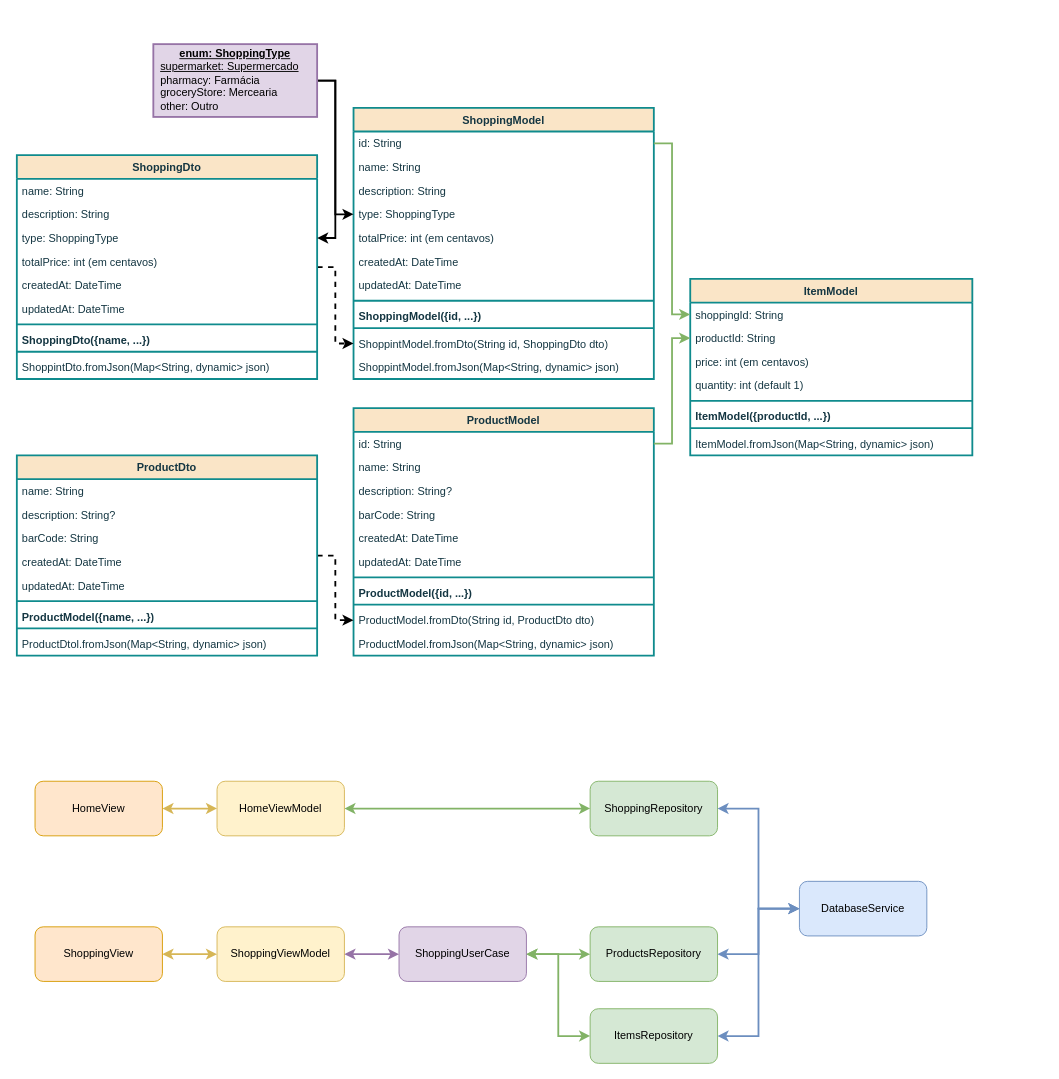
Before: docs/Diagrama_de_Classes.drawio in rudsonalves/compras, a draw.io diagram. Source tidied: cells renumbered, new cells numbered last; positions are measured from the earlier drawing's top-left corner, leaving out a move shared by most shapes. Both pictures are drawn from the tidied source at 91%, with x=0, y=0 at pixel (16, 44).
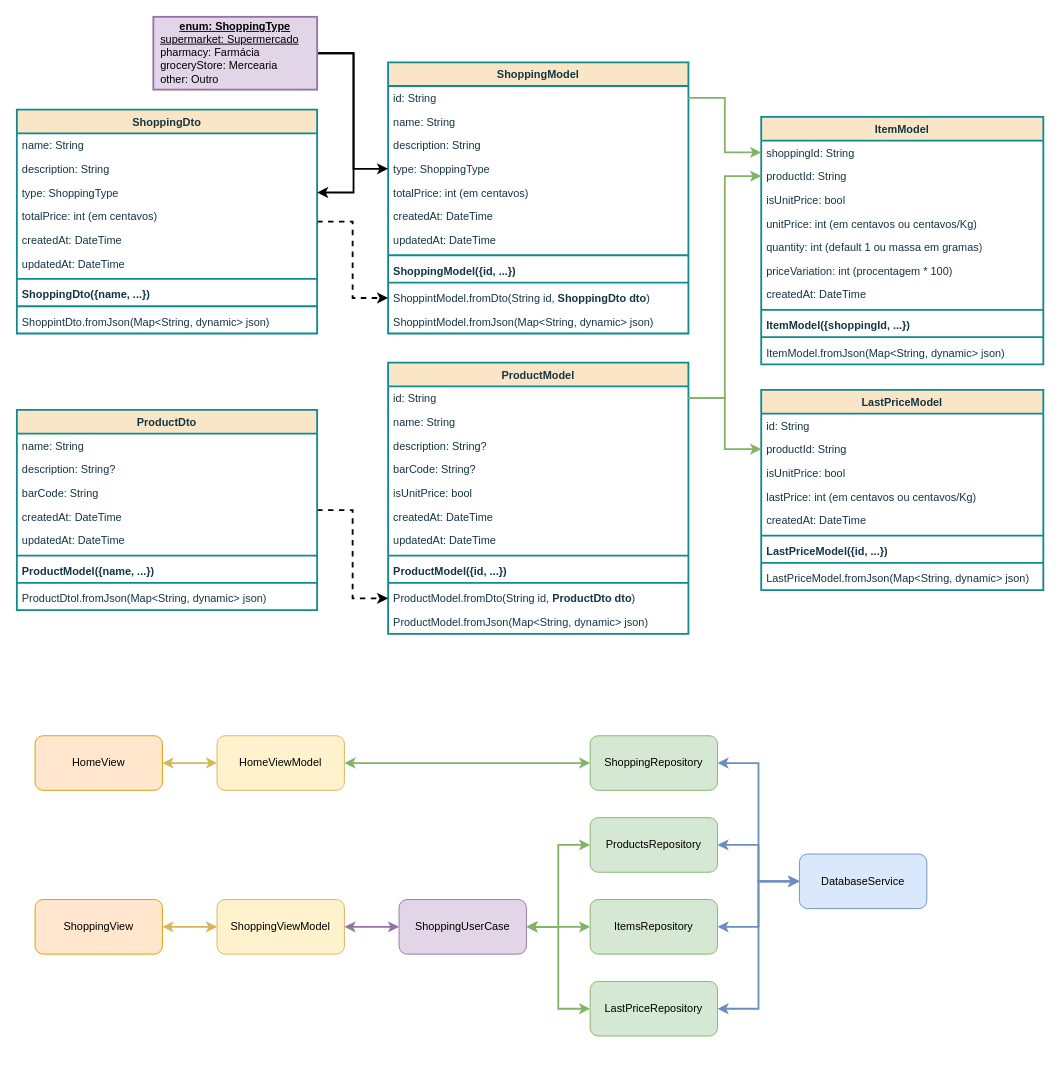
Above is the later version.

Unchanged cells that the change refers to:
```xml
<mxCell id="6" value="type: ShoppingType" style="text;strokeColor=none;fillColor=none;align=left;verticalAlign=top;spacingLeft=4;spacingRight=4;overflow=hidden;points=[[0,0.5],[1,0.5]];portConstraint=eastwest;whiteSpace=wrap;html=1;labelBackgroundColor=none;fontColor=#143642;" parent="2" vertex="1">
  <mxGeometry y="104" width="330" height="26" as="geometry" />
</mxCell>
<mxCell id="16" value="id: String" style="text;strokeColor=none;fillColor=none;align=left;verticalAlign=top;spacingLeft=4;spacingRight=4;overflow=hidden;points=[[0,0.5],[1,0.5]];portConstraint=eastwest;whiteSpace=wrap;html=1;labelBackgroundColor=none;fontColor=#143642;" parent="15" vertex="1">
  <mxGeometry y="26" width="330" height="26" as="geometry" />
</mxCell>
<mxCell id="38" value="type: ShoppingType" style="text;strokeColor=none;fillColor=none;align=left;verticalAlign=top;spacingLeft=4;spacingRight=4;overflow=hidden;points=[[0,0.5],[1,0.5]];portConstraint=eastwest;whiteSpace=wrap;html=1;labelBackgroundColor=none;fontColor=#143642;" parent="35" vertex="1">
  <mxGeometry y="78" width="330" height="26" as="geometry" />
</mxCell>
```

The edit, as a diff of the source:
```diff
@@
     <mxCell id="2" value="ShoppingModel" style="swimlane;fontStyle=1;align=center;verticalAlign=top;horizontal=1;startSize=26;whiteSpace=wrap;html=1;labelBackgroundColor=none;fillColor=#FAE5C7;strokeColor=#0F8B8D;fontColor=#143642;strokeWidth=2;" parent="1" vertex="1">
-      <mxGeometry x="370" y="70" width="330" height="298" as="geometry" />
+      <mxGeometry x="408" y="20" width="330" height="298" as="geometry" />
     </mxCell>
@@
-    <mxCell id="13" value="ShoppintModel.fromDto(String id, ShoppingDto dto)" style="text;strokeColor=none;fillColor=none;align=left;verticalAlign=top;spacingLeft=4;spacingRight=4;overflow=hidden;points=[[0,0.5],[1,0.5]];portConstraint=eastwest;whiteSpace=wrap;html=1;labelBackgroundColor=none;fontColor=#143642;" parent="2" vertex="1">
+    <mxCell id="13" value="ShoppintModel.fromDto(String id, &lt;b&gt;ShoppingDto dto&lt;/b&gt;)" style="text;strokeColor=none;fillColor=none;align=left;verticalAlign=top;spacingLeft=4;spacingRight=4;overflow=hidden;points=[[0,0.5],[1,0.5]];portConstraint=eastwest;whiteSpace=wrap;html=1;labelBackgroundColor=none;fontColor=#143642;" parent="2" vertex="1">
       <mxGeometry y="246" width="330" height="26" as="geometry" />
     </mxCell>
@@
     <mxCell id="15" value="ProductModel" style="swimlane;fontStyle=1;align=center;verticalAlign=top;horizontal=1;startSize=26;whiteSpace=wrap;html=1;labelBackgroundColor=none;fillColor=#FAE5C7;strokeColor=#0F8B8D;fontColor=#143642;strokeWidth=2;" parent="1" vertex="1">
-      <mxGeometry x="370" y="400" width="330" height="272" as="geometry" />
+      <mxGeometry x="408" y="350" width="330" height="298" as="geometry" />
     </mxCell>
@@
-    <mxCell id="19" value="barCode: String" style="text;strokeColor=none;fillColor=none;align=left;verticalAlign=top;spacingLeft=4;spacingRight=4;overflow=hidden;whiteSpace=wrap;html=1;labelBackgroundColor=none;fontColor=#143642;" parent="15" vertex="1">
+    <mxCell id="19" value="barCode: String?" style="text;strokeColor=none;fillColor=none;align=left;verticalAlign=top;spacingLeft=4;spacingRight=4;overflow=hidden;whiteSpace=wrap;html=1;labelBackgroundColor=none;fontColor=#143642;" parent="15" vertex="1">
       <mxGeometry y="104" width="330" height="26" as="geometry" />
     </mxCell>
+    <mxCell id="82" value="isUnitPrice: bool" style="text;strokeColor=none;fillColor=none;align=left;verticalAlign=top;spacingLeft=4;spacingRight=4;overflow=hidden;whiteSpace=wrap;html=1;labelBackgroundColor=none;fontColor=#143642;" parent="15" vertex="1">
+      <mxGeometry y="130" width="330" height="26" as="geometry" />
+    </mxCell>
     <mxCell id="20" value="createdAt: DateTime" style="text;strokeColor=none;fillColor=none;align=left;verticalAlign=top;spacingLeft=4;spacingRight=4;overflow=hidden;whiteSpace=wrap;html=1;labelBackgroundColor=none;fontColor=#143642;" parent="15" vertex="1">
-      <mxGeometry y="130" width="330" height="26" as="geometry" />
+      <mxGeometry y="156" width="330" height="26" as="geometry" />
     </mxCell>
     <mxCell id="21" value="updatedAt: DateTime" style="text;strokeColor=none;fillColor=none;align=left;verticalAlign=top;spacingLeft=4;spacingRight=4;overflow=hidden;whiteSpace=wrap;html=1;labelBackgroundColor=none;fontColor=#143642;" parent="15" vertex="1">
-      <mxGeometry y="156" width="330" height="26" as="geometry" />
+      <mxGeometry y="182" width="330" height="26" as="geometry" />
     </mxCell>
     <mxCell id="22" style="line;strokeWidth=2;fillColor=none;align=left;verticalAlign=middle;spacingTop=-1;spacingLeft=3;spacingRight=3;labelPosition=right;strokeColor=#0F8B8D;labelBackgroundColor=none;fontColor=#143642;" parent="15" vertex="1">
-      <mxGeometry y="182" width="330" height="8" as="geometry" />
+      <mxGeometry y="208" width="330" height="8" as="geometry" />
     </mxCell>
     <mxCell id="23" value="ProductModel({id, ...})" style="text;strokeColor=none;fillColor=none;align=left;verticalAlign=top;spacingLeft=4;spacingRight=4;overflow=hidden;whiteSpace=wrap;html=1;labelBackgroundColor=none;fontColor=#143642;fontStyle=1;" parent="15" vertex="1">
-      <mxGeometry y="190" width="330" height="22" as="geometry" />
+      <mxGeometry y="216" width="330" height="22" as="geometry" />
     </mxCell>
     <mxCell id="24" style="line;strokeWidth=2;fillColor=none;align=left;verticalAlign=middle;spacingTop=-1;spacingLeft=3;spacingRight=3;labelPosition=right;strokeColor=#0F8B8D;labelBackgroundColor=none;fontColor=#143642;" parent="15" vertex="1">
-      <mxGeometry y="212" width="330" height="8" as="geometry" />
+      <mxGeometry y="238" width="330" height="8" as="geometry" />
     </mxCell>
-    <mxCell id="25" value="ProductModel.fromDto(String id, ProductDto dto)" style="text;strokeColor=none;fillColor=none;align=left;verticalAlign=top;spacingLeft=4;spacingRight=4;overflow=hidden;points=[[0,0.5],[1,0.5]];portConstraint=eastwest;whiteSpace=wrap;html=1;labelBackgroundColor=none;fontColor=#143642;" parent="15" vertex="1">
-      <mxGeometry y="220" width="330" height="26" as="geometry" />
+    <mxCell id="25" value="ProductModel.fromDto(String id, &lt;b&gt;ProductDto dto&lt;/b&gt;)" style="text;strokeColor=none;fillColor=none;align=left;verticalAlign=top;spacingLeft=4;spacingRight=4;overflow=hidden;points=[[0,0.5],[1,0.5]];portConstraint=eastwest;whiteSpace=wrap;html=1;labelBackgroundColor=none;fontColor=#143642;" parent="15" vertex="1">
+      <mxGeometry y="246" width="330" height="26" as="geometry" />
     </mxCell>
     <mxCell id="26" value="ProductModel.fromJson(Map&amp;lt;String, dynamic&amp;gt; json)" style="text;strokeColor=none;fillColor=none;align=left;verticalAlign=top;spacingLeft=4;spacingRight=4;overflow=hidden;whiteSpace=wrap;html=1;labelBackgroundColor=none;fontColor=#143642;" parent="15" vertex="1">
-      <mxGeometry y="246" width="330" height="26" as="geometry" />
+      <mxGeometry y="272" width="330" height="26" as="geometry" />
     </mxCell>
@@
     <mxCell id="28" value="ShoppingRepository" style="rounded=1;whiteSpace=wrap;html=1;fillColor=#d5e8d4;strokeColor=#82b366;" parent="1" vertex="1">
-      <mxGeometry x="630" y="810" width="140" height="60" as="geometry" />
+      <mxGeometry x="630" y="760" width="140" height="60" as="geometry" />
     </mxCell>
@@
     <mxCell id="30" value="DatabaseService" style="rounded=1;whiteSpace=wrap;html=1;fillColor=#dae8fc;strokeColor=#6c8ebf;" parent="1" vertex="1">
-      <mxGeometry x="860" y="920" width="140" height="60" as="geometry" />
+      <mxGeometry x="860" y="890" width="140" height="60" as="geometry" />
     </mxCell>
@@
     <mxCell id="32" value="HomeViewModel" style="rounded=1;whiteSpace=wrap;html=1;fillColor=#fff2cc;strokeColor=#d6b656;" parent="1" vertex="1">
-      <mxGeometry x="220" y="810" width="140" height="60" as="geometry" />
+      <mxGeometry x="220" y="760" width="140" height="60" as="geometry" />
     </mxCell>
     <mxCell id="33" value="HomeView" style="rounded=1;whiteSpace=wrap;html=1;fillColor=#ffe6cc;strokeColor=#d79b00;" parent="1" vertex="1">
-      <mxGeometry x="20" y="810" width="140" height="60" as="geometry" />
+      <mxGeometry x="20" y="760" width="140" height="60" as="geometry" />
     </mxCell>
@@
     <mxCell id="35" value="ShoppingDto" style="swimlane;fontStyle=1;align=center;verticalAlign=top;horizontal=1;startSize=26;whiteSpace=wrap;html=1;labelBackgroundColor=none;fillColor=#FAE5C7;strokeColor=#0F8B8D;fontColor=#143642;strokeWidth=2;" parent="1" vertex="1">
-      <mxGeometry y="122" width="330" height="246" as="geometry" />
+      <mxGeometry y="72" width="330" height="246" as="geometry" />
     </mxCell>
@@
     <mxCell id="46" style="edgeStyle=orthogonalEdgeStyle;rounded=0;jettySize=auto;html=1;strokeWidth=2;exitX=1;exitY=0.5;exitDx=0;exitDy=0;" parent="1" edge="1" source="48" target="6">
-      <mxGeometry relative="1" as="geometry" />
+      <mxGeometry relative="1" as="geometry">
+        <Array as="points">
+          <mxPoint x="370" y="10" />
+          <mxPoint x="370" y="137" />
+        </Array>
+      </mxGeometry>
     </mxCell>
     <mxCell id="47" style="edgeStyle=orthogonalEdgeStyle;rounded=0;jettySize=auto;html=1;exitX=1;exitY=0.5;exitDx=0;exitDy=0;strokeWidth=2;" parent="1" edge="1" source="48" target="38">
-      <mxGeometry relative="1" as="geometry" />
+      <mxGeometry relative="1" as="geometry">
+        <Array as="points">
+          <mxPoint x="370" y="10" />
+          <mxPoint x="370" y="163" />
+        </Array>
+      </mxGeometry>
     </mxCell>
     <mxCell id="48" value="&lt;p style=&quot;margin:0px;margin-top:4px;text-align:center;text-decoration:underline;&quot;&gt;&lt;b&gt;enum: ShoppingType&lt;/b&gt;&lt;/p&gt;&lt;p style=&quot;margin:0px;margin-left:8px;&quot;&gt;&lt;u style=&quot;background-color: transparent; color: light-dark(rgb(0, 0, 0), rgb(255, 255, 255));&quot;&gt;supermarket: Supermercado&lt;/u&gt;&lt;/p&gt;&lt;p style=&quot;margin:0px;margin-left:8px;&quot;&gt;pharmacy: Farmácia&lt;/p&gt;&lt;p style=&quot;margin:0px;margin-left:8px;&quot;&gt;groceryStore: Mercearia&lt;/p&gt;&lt;p style=&quot;margin:0px;margin-left:8px;&quot;&gt;other: Outro&lt;/p&gt;" style="verticalAlign=top;align=left;overflow=fill;html=1;whiteSpace=wrap;fillColor=#e1d5e7;strokeColor=#9673a6;strokeWidth=2;" parent="1" vertex="1">
-      <mxGeometry x="150" width="180" height="80" as="geometry" />
+      <mxGeometry x="150" y="-30" width="180" height="80" as="geometry" />
     </mxCell>
@@
     <mxCell id="50" value="ProductDto" style="swimlane;fontStyle=1;align=center;verticalAlign=top;horizontal=1;startSize=26;whiteSpace=wrap;html=1;labelBackgroundColor=none;fillColor=#FAE5C7;strokeColor=#0F8B8D;fontColor=#143642;strokeWidth=2;" parent="1" vertex="1">
-      <mxGeometry y="452" width="330" height="220" as="geometry" />
+      <mxGeometry y="402" width="330" height="220" as="geometry" />
     </mxCell>
@@
     <mxCell id="60" value="ItemModel" style="swimlane;fontStyle=1;align=center;verticalAlign=top;horizontal=1;startSize=26;whiteSpace=wrap;html=1;labelBackgroundColor=none;fillColor=#FAE5C7;strokeColor=#0F8B8D;fontColor=#143642;strokeWidth=2;" parent="1" vertex="1">
-      <mxGeometry x="740" y="258" width="310" height="194" as="geometry" />
+      <mxGeometry x="818" y="80" width="310" height="272" as="geometry" />
     </mxCell>
@@
+    <mxCell id="83" value="isUnitPrice: bool" style="text;strokeColor=none;fillColor=none;align=left;verticalAlign=top;spacingLeft=4;spacingRight=4;overflow=hidden;whiteSpace=wrap;html=1;labelBackgroundColor=none;fontColor=#143642;" parent="60" vertex="1">
+      <mxGeometry y="78" width="310" height="26" as="geometry" />
+    </mxCell>
-    <mxCell id="63" value="price: int (em centavos)" style="text;strokeColor=none;fillColor=none;align=left;verticalAlign=top;spacingLeft=4;spacingRight=4;overflow=hidden;whiteSpace=wrap;html=1;labelBackgroundColor=none;fontColor=#143642;" parent="60" vertex="1">
-      <mxGeometry y="78" width="310" height="26" as="geometry" />
+    <mxCell id="63" value="unitPrice: int (em centavos ou centavos/Kg)" style="text;strokeColor=none;fillColor=none;align=left;verticalAlign=top;spacingLeft=4;spacingRight=4;overflow=hidden;whiteSpace=wrap;html=1;labelBackgroundColor=none;fontColor=#143642;" parent="60" vertex="1">
+      <mxGeometry y="104" width="310" height="26" as="geometry" />
     </mxCell>
-    <mxCell id="64" value="quantity: int (default 1)" style="text;strokeColor=none;fillColor=none;align=left;verticalAlign=top;spacingLeft=4;spacingRight=4;overflow=hidden;whiteSpace=wrap;html=1;labelBackgroundColor=none;fontColor=#143642;" parent="60" vertex="1">
-      <mxGeometry y="104" width="310" height="26" as="geometry" />
+    <mxCell id="64" value="quantity: int (default 1 ou massa em gramas)" style="text;strokeColor=none;fillColor=none;align=left;verticalAlign=top;spacingLeft=4;spacingRight=4;overflow=hidden;whiteSpace=wrap;html=1;labelBackgroundColor=none;fontColor=#143642;" parent="60" vertex="1">
+      <mxGeometry y="130" width="310" height="26" as="geometry" />
     </mxCell>
+    <mxCell id="84" value="priceVariation: int (procentagem * 100)" style="text;strokeColor=none;fillColor=none;align=left;verticalAlign=top;spacingLeft=4;spacingRight=4;overflow=hidden;whiteSpace=wrap;html=1;labelBackgroundColor=none;fontColor=#143642;" parent="60" vertex="1">
+      <mxGeometry y="156" width="310" height="26" as="geometry" />
+    </mxCell>
+    <mxCell id="85" value="createdAt: DateTime" style="text;strokeColor=none;fillColor=none;align=left;verticalAlign=top;spacingLeft=4;spacingRight=4;overflow=hidden;whiteSpace=wrap;html=1;labelBackgroundColor=none;fontColor=#143642;" parent="60" vertex="1">
+      <mxGeometry y="182" width="310" height="26" as="geometry" />
+    </mxCell>
     <mxCell id="65" style="line;strokeWidth=2;fillColor=none;align=left;verticalAlign=middle;spacingTop=-1;spacingLeft=3;spacingRight=3;labelPosition=right;strokeColor=#0F8B8D;labelBackgroundColor=none;fontColor=#143642;" parent="60" vertex="1">
-      <mxGeometry y="130" width="310" height="8" as="geometry" />
+      <mxGeometry y="208" width="310" height="8" as="geometry" />
     </mxCell>
-    <mxCell id="66" value="ItemModel({productId, ...})" style="text;strokeColor=none;fillColor=none;align=left;verticalAlign=top;spacingLeft=4;spacingRight=4;overflow=hidden;whiteSpace=wrap;html=1;labelBackgroundColor=none;fontColor=#143642;fontStyle=1;" parent="60" vertex="1">
-      <mxGeometry y="138" width="310" height="22" as="geometry" />
+    <mxCell id="66" value="ItemModel({shoppingId, ...})" style="text;strokeColor=none;fillColor=none;align=left;verticalAlign=top;spacingLeft=4;spacingRight=4;overflow=hidden;whiteSpace=wrap;html=1;labelBackgroundColor=none;fontColor=#143642;fontStyle=1;" parent="60" vertex="1">
+      <mxGeometry y="216" width="310" height="22" as="geometry" />
     </mxCell>
     <mxCell id="67" style="line;strokeWidth=2;fillColor=none;align=left;verticalAlign=middle;spacingTop=-1;spacingLeft=3;spacingRight=3;labelPosition=right;strokeColor=#0F8B8D;labelBackgroundColor=none;fontColor=#143642;" parent="60" vertex="1">
-      <mxGeometry y="160" width="310" height="8" as="geometry" />
+      <mxGeometry y="238" width="310" height="8" as="geometry" />
     </mxCell>
     <mxCell id="68" value="ItemModel.fromJson(Map&amp;lt;String, dynamic&amp;gt; json)" style="text;strokeColor=none;fillColor=none;align=left;verticalAlign=top;spacingLeft=4;spacingRight=4;overflow=hidden;whiteSpace=wrap;html=1;labelBackgroundColor=none;fontColor=#143642;" parent="60" vertex="1">
-      <mxGeometry y="168" width="310" height="26" as="geometry" />
+      <mxGeometry y="246" width="310" height="26" as="geometry" />
     </mxCell>
@@
     <mxCell id="70" value="ProductsRepository" style="rounded=1;whiteSpace=wrap;html=1;fillColor=#d5e8d4;strokeColor=#82b366;" parent="1" vertex="1">
-      <mxGeometry x="630" y="970" width="140" height="60" as="geometry" />
+      <mxGeometry x="630" y="850" width="140" height="60" as="geometry" />
     </mxCell>
@@
     <mxCell id="73" value="ShoppingViewModel" style="rounded=1;whiteSpace=wrap;html=1;fillColor=#fff2cc;strokeColor=#d6b656;" parent="1" vertex="1">
-      <mxGeometry x="220" y="970" width="140" height="60" as="geometry" />
+      <mxGeometry x="220" y="940" width="140" height="60" as="geometry" />
     </mxCell>
     <mxCell id="74" value="ShoppingView" style="rounded=1;whiteSpace=wrap;html=1;fillColor=#ffe6cc;strokeColor=#d79b00;" parent="1" vertex="1">
-      <mxGeometry x="20" y="970" width="140" height="60" as="geometry" />
+      <mxGeometry x="20" y="940" width="140" height="60" as="geometry" />
     </mxCell>
@@
     <mxCell id="76" value="ItemsRepository" style="rounded=1;whiteSpace=wrap;html=1;fillColor=#d5e8d4;strokeColor=#82b366;" parent="1" vertex="1">
-      <mxGeometry x="630" y="1060" width="140" height="60" as="geometry" />
+      <mxGeometry x="630" y="940" width="140" height="60" as="geometry" />
     </mxCell>
@@
     <mxCell id="78" value="ShoppingUserCase" style="rounded=1;whiteSpace=wrap;html=1;fillColor=#e1d5e7;strokeColor=#9673a6;" parent="1" vertex="1">
-      <mxGeometry x="420" y="970" width="140" height="60" as="geometry" />
+      <mxGeometry x="420" y="940" width="140" height="60" as="geometry" />
     </mxCell>
@@
+    <mxCell id="86" value="LastPriceModel" style="swimlane;fontStyle=1;align=center;verticalAlign=top;horizontal=1;startSize=26;whiteSpace=wrap;html=1;labelBackgroundColor=none;fillColor=#FAE5C7;strokeColor=#0F8B8D;fontColor=#143642;strokeWidth=2;" parent="1" vertex="1">
+      <mxGeometry x="818" y="380" width="310" height="220" as="geometry" />
+    </mxCell>
+    <mxCell id="87" value="id: String" style="text;strokeColor=none;fillColor=none;align=left;verticalAlign=top;spacingLeft=4;spacingRight=4;overflow=hidden;whiteSpace=wrap;html=1;labelBackgroundColor=none;fontColor=#143642;" parent="86" vertex="1">
+      <mxGeometry y="26" width="310" height="26" as="geometry" />
+    </mxCell>
+    <mxCell id="88" value="productId: String" style="text;strokeColor=none;fillColor=none;align=left;verticalAlign=top;spacingLeft=4;spacingRight=4;overflow=hidden;points=[[0,0.5],[1,0.5]];portConstraint=eastwest;whiteSpace=wrap;html=1;labelBackgroundColor=none;fontColor=#143642;" parent="86" vertex="1">
+      <mxGeometry y="52" width="310" height="26" as="geometry" />
+    </mxCell>
+    <mxCell id="89" value="isUnitPrice: bool" style="text;strokeColor=none;fillColor=none;align=left;verticalAlign=top;spacingLeft=4;spacingRight=4;overflow=hidden;whiteSpace=wrap;html=1;labelBackgroundColor=none;fontColor=#143642;" parent="86" vertex="1">
+      <mxGeometry y="78" width="310" height="26" as="geometry" />
+    </mxCell>
+    <mxCell id="90" value="lastPrice: int (em centavos ou centavos/Kg)" style="text;strokeColor=none;fillColor=none;align=left;verticalAlign=top;spacingLeft=4;spacingRight=4;overflow=hidden;whiteSpace=wrap;html=1;labelBackgroundColor=none;fontColor=#143642;" parent="86" vertex="1">
+      <mxGeometry y="104" width="310" height="26" as="geometry" />
+    </mxCell>
+    <mxCell id="91" value="createdAt: DateTime" style="text;strokeColor=none;fillColor=none;align=left;verticalAlign=top;spacingLeft=4;spacingRight=4;overflow=hidden;whiteSpace=wrap;html=1;labelBackgroundColor=none;fontColor=#143642;" parent="86" vertex="1">
+      <mxGeometry y="130" width="310" height="26" as="geometry" />
+    </mxCell>
+    <mxCell id="92" style="line;strokeWidth=2;fillColor=none;align=left;verticalAlign=middle;spacingTop=-1;spacingLeft=3;spacingRight=3;labelPosition=right;strokeColor=#0F8B8D;labelBackgroundColor=none;fontColor=#143642;" parent="86" vertex="1">
+      <mxGeometry y="156" width="310" height="8" as="geometry" />
+    </mxCell>
+    <mxCell id="93" value="LastPriceModel({id, ...})" style="text;strokeColor=none;fillColor=none;align=left;verticalAlign=top;spacingLeft=4;spacingRight=4;overflow=hidden;whiteSpace=wrap;html=1;labelBackgroundColor=none;fontColor=#143642;fontStyle=1;" parent="86" vertex="1">
+      <mxGeometry y="164" width="310" height="22" as="geometry" />
+    </mxCell>
+    <mxCell id="94" style="line;strokeWidth=2;fillColor=none;align=left;verticalAlign=middle;spacingTop=-1;spacingLeft=3;spacingRight=3;labelPosition=right;strokeColor=#0F8B8D;labelBackgroundColor=none;fontColor=#143642;" parent="86" vertex="1">
+      <mxGeometry y="186" width="310" height="8" as="geometry" />
+    </mxCell>
+    <mxCell id="95" value="LastPriceModel.fromJson(Map&amp;lt;String, dynamic&amp;gt; json)" style="text;strokeColor=none;fillColor=none;align=left;verticalAlign=top;spacingLeft=4;spacingRight=4;overflow=hidden;whiteSpace=wrap;html=1;labelBackgroundColor=none;fontColor=#143642;" parent="86" vertex="1">
+      <mxGeometry y="194" width="310" height="26" as="geometry" />
+    </mxCell>
+    <mxCell id="96" style="edgeStyle=orthogonalEdgeStyle;rounded=0;jettySize=auto;html=1;strokeWidth=2;fillColor=#d5e8d4;strokeColor=#82b366;" parent="1" edge="1" source="16" target="88">
+      <mxGeometry relative="1" as="geometry" />
+    </mxCell>
+    <mxCell id="97" value="LastPriceRepository" style="rounded=1;whiteSpace=wrap;html=1;fillColor=#d5e8d4;strokeColor=#82b366;" parent="1" vertex="1">
+      <mxGeometry x="630" y="1030" width="140" height="60" as="geometry" />
+    </mxCell>
+    <mxCell id="98" style="edgeStyle=orthogonalEdgeStyle;rounded=0;jettySize=auto;html=1;fillColor=#dae8fc;strokeColor=#6c8ebf;strokeWidth=2;startArrow=classic;startFill=1;entryX=0;entryY=0.5;entryDx=0;entryDy=0;exitX=1;exitY=0.5;exitDx=0;exitDy=0;" parent="1" edge="1" source="97" target="30">
+      <mxGeometry relative="1" as="geometry" />
+    </mxCell>
+    <mxCell id="99" style="edgeStyle=orthogonalEdgeStyle;rounded=0;jettySize=auto;html=1;startArrow=classic;startFill=1;strokeWidth=2;fillColor=#d5e8d4;strokeColor=#82b366;entryX=1;entryY=0.5;entryDx=0;entryDy=0;exitX=0;exitY=0.5;exitDx=0;exitDy=0;" parent="1" edge="1" source="97" target="78">
+      <mxGeometry relative="1" as="geometry" />
+    </mxCell>
```
